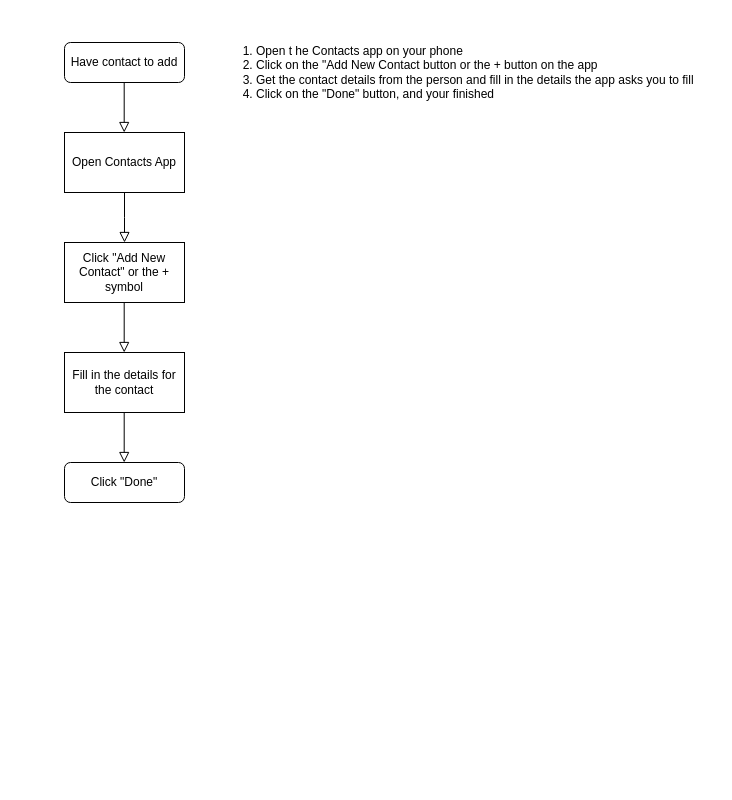
This is Adding-a-Contact.drawio from pranavdasan/nhs-ap-csp-flowcharts, a draw.io file, before an edit. Source tidied: cells renumbered, new cells numbered last; positions are measured from the earlier drawing's top-left corner, leaving out a move shared by most shapes. Both pictures are drawn from the tidied source at 100%, with x=0, y=0 at pixel (64, 22).
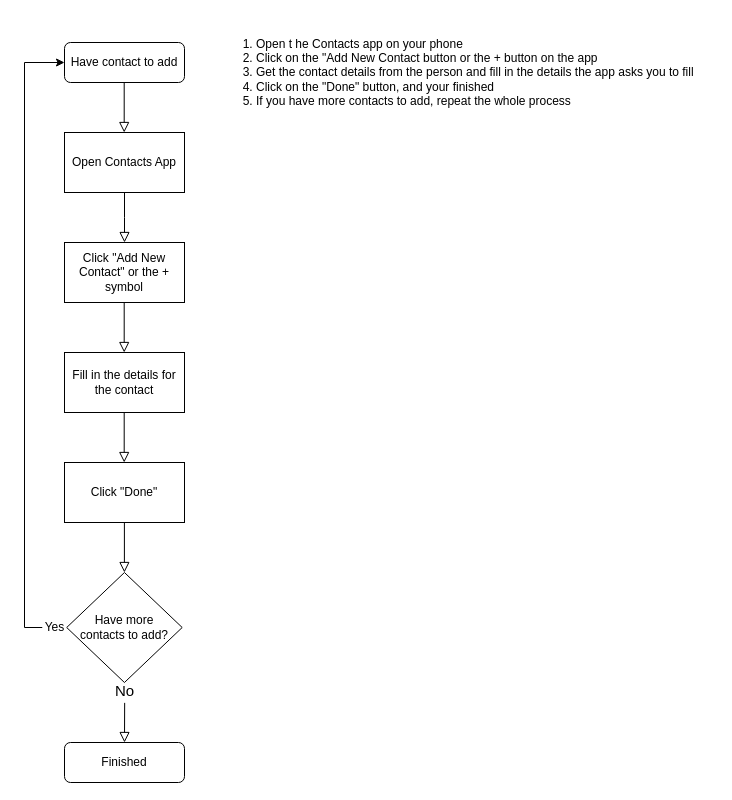
The same page after the edit.

Change to the diagram source:
```diff
@@
-    <mxCell id="10" value="Click &quot;Done&quot;" style="rounded=1;whiteSpace=wrap;html=1;fontSize=12;glass=0;strokeWidth=1;shadow=0;" parent="1" vertex="1">
-      <mxGeometry y="440" width="120" height="40" as="geometry" />
+    <mxCell id="10" value="Finished" style="rounded=1;whiteSpace=wrap;html=1;fontSize=12;glass=0;strokeWidth=1;shadow=0;" parent="1" vertex="1">
+      <mxGeometry y="720" width="120" height="40" as="geometry" />
     </mxCell>
-    <mxCell id="11" value="&lt;ol&gt;&lt;li&gt;Open t he Contacts app on your phone&lt;/li&gt;&lt;li&gt;Click on the &quot;Add New Contact button or the + button on the app&lt;/li&gt;&lt;li&gt;Get the contact details from the person and fill in the details the app asks you to fill&lt;/li&gt;&lt;li&gt;Click on the &quot;Done&quot; button, and your finished&lt;/li&gt;&lt;/ol&gt;" style="text;html=1;align=left;verticalAlign=middle;strokeColor=none;fillColor=none;" parent="1" vertex="1">
-      <mxGeometry x="150" width="500" height="100" as="geometry" />
+    <mxCell id="11" value="&lt;ol&gt;&lt;li&gt;Open t he Contacts app on your phone&lt;/li&gt;&lt;li&gt;Click on the &quot;Add New Contact button or the + button on the app&lt;/li&gt;&lt;li&gt;Get the contact details from the person and fill in the details the app asks you to fill&lt;/li&gt;&lt;li&gt;Click on the &quot;Done&quot; button, and your finished&lt;/li&gt;&lt;li&gt;If you have more contacts to add, repeat the whole process&lt;/li&gt;&lt;/ol&gt;" style="text;html=1;align=left;verticalAlign=middle;strokeColor=none;fillColor=none;" parent="1" vertex="1">
+      <mxGeometry x="150" y="-5" width="500" height="110" as="geometry" />
     </mxCell>
+    <mxCell id="12" style="edgeStyle=orthogonalEdgeStyle;rounded=0;jettySize=auto;html=1;entryX=0;entryY=0.75;entryDx=0;entryDy=0;exitX=0.194;exitY=0.5;exitDx=0;exitDy=0;exitPerimeter=0;" parent="1" edge="1" source="17">
+      <mxGeometry relative="1" as="geometry">
+        <mxPoint y="40" as="targetPoint" />
+        <Array as="points">
+          <mxPoint x="-40" y="605" />
+          <mxPoint x="-40" y="40" />
+        </Array>
+      </mxGeometry>
+    </mxCell>
+    <mxCell id="13" value="Have more &lt;br&gt;contacts to add?" style="rhombus;whiteSpace=wrap;html=1;" parent="1" vertex="1">
+      <mxGeometry x="2.2" y="550" width="115.5" height="110" as="geometry" />
+    </mxCell>
+    <mxCell id="14" value="Click &quot;Done&quot;" style="rounded=0;whiteSpace=wrap;html=1;" parent="1" vertex="1">
+      <mxGeometry y="440" width="120" height="60" as="geometry" />
+    </mxCell>
+    <mxCell id="15" style="rounded=0;html=1;jettySize=auto;orthogonalLoop=1;fontSize=11;endArrow=block;endFill=0;endSize=8;strokeWidth=1;shadow=0;labelBackgroundColor=none;edgeStyle=orthogonalEdgeStyle;exitX=0.5;exitY=1;exitDx=0;exitDy=0;" parent="1" edge="1">
+      <mxGeometry y="20" relative="1" as="geometry">
+        <mxPoint x="59.9" y="500" as="sourcePoint" />
+        <mxPoint x="59.9" y="550" as="targetPoint" />
+      </mxGeometry>
+    </mxCell>
+    <mxCell id="16" style="rounded=0;html=1;jettySize=auto;fontSize=11;endArrow=block;endFill=0;endSize=8;strokeWidth=1;shadow=0;labelBackgroundColor=none;edgeStyle=orthogonalEdgeStyle;entryX=0.5;entryY=0;entryDx=0;entryDy=0;exitX=0.504;exitY=0.012;exitDx=0;exitDy=0;exitPerimeter=0;" parent="1" edge="1" source="18" target="10">
+      <mxGeometry y="20" relative="1" as="geometry" />
+    </mxCell>
+    <mxCell id="17" value="&lt;font style=&quot;font-size: 12px;&quot;&gt;Yes&lt;/font&gt;" style="text;html=1;align=center;verticalAlign=middle;points=[];strokeColor=none;fillColor=none;" parent="1" vertex="1">
+      <mxGeometry x="-30" y="590" width="40" height="30" as="geometry" />
+    </mxCell>
+    <mxCell id="18" value="&lt;font style=&quot;font-size: 15px;&quot;&gt;No&lt;/font&gt;" style="text;html=1;align=center;verticalAlign=bottom;points=[];strokeColor=none;fillColor=none;labelPosition=center;verticalLabelPosition=top;" parent="1" vertex="1">
+      <mxGeometry x="40" y="680" width="40" height="30" as="geometry" />
+    </mxCell>
```
